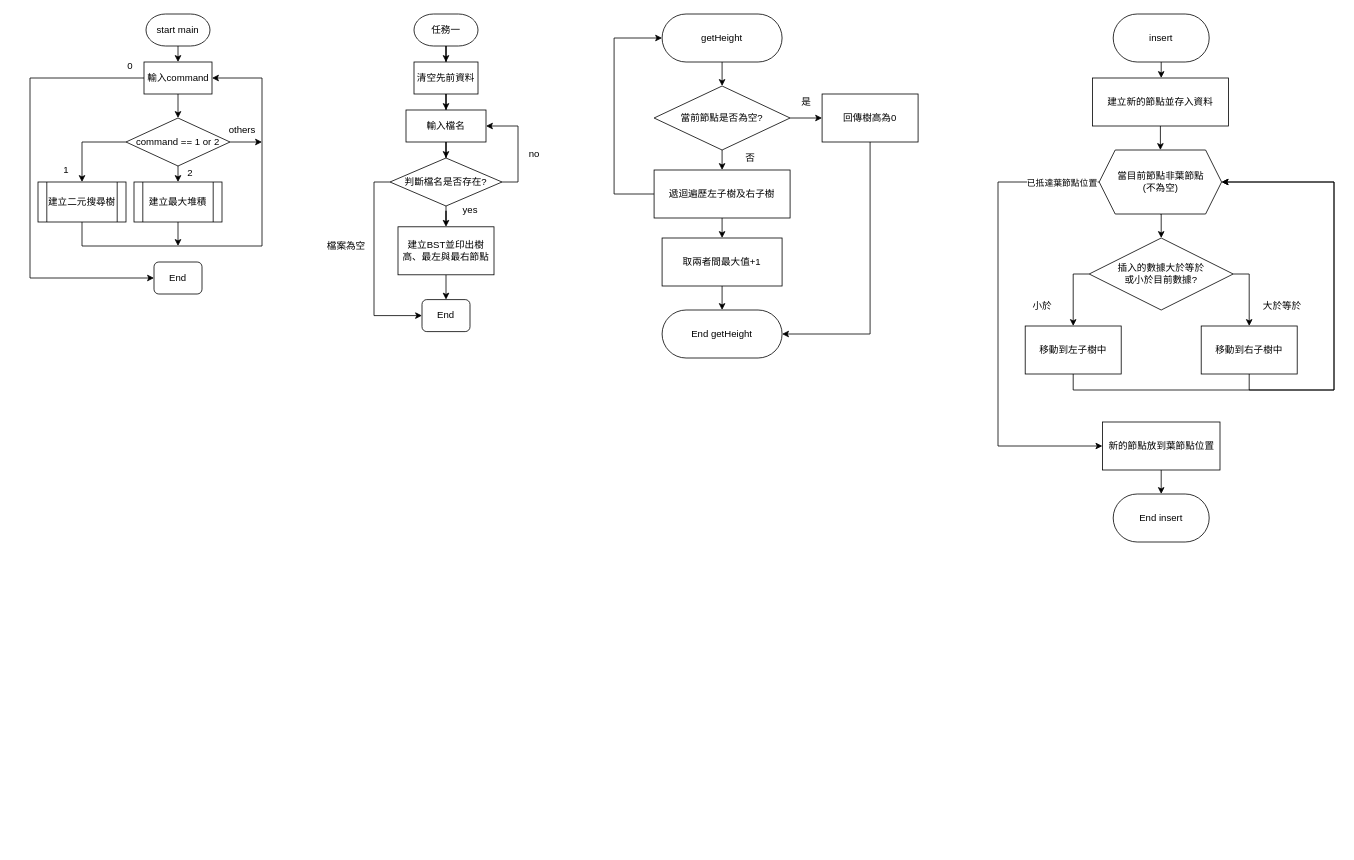
Earlier version of the draw.io diagram DS1ex5_19_11127137_11127152/未命名绘图.drawio (ja-errorpro/CYCS_DS). Source tidied: cells renumbered, new cells numbered last; positions are measured from the earlier drawing's top-left corner, leaving out a move shared by most shapes. Both pictures are drawn from the tidied source at 80%, with x=0, y=0 at pixel (30, 14).
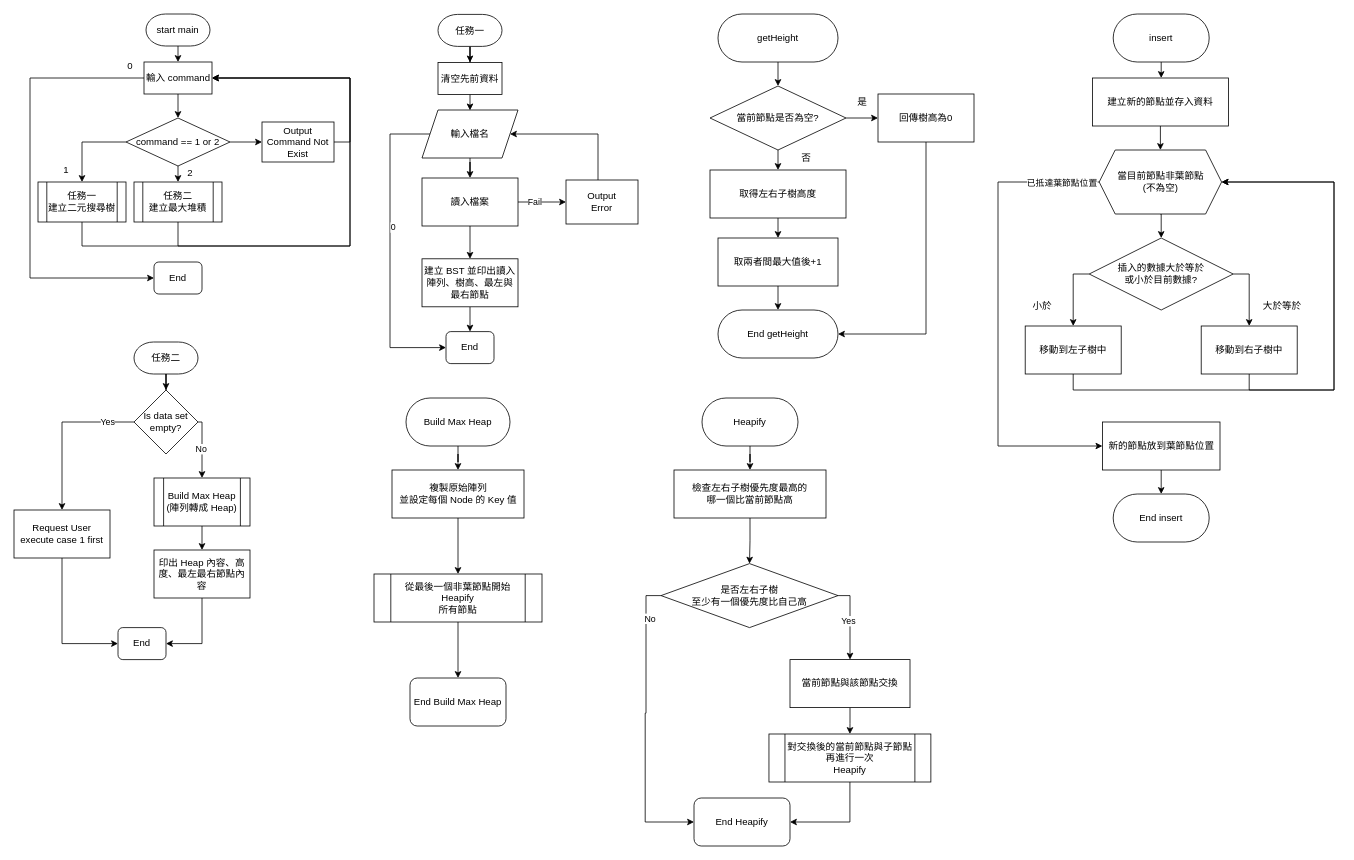
After the change.

Commit message:
Add case 2 and Fix some flowchart non-std errors

What changed in the source:
```diff
@@
-    <mxCell id="6" value="輸入command" style="whiteSpace=wrap;html=1;" parent="1" vertex="1">
+    <mxCell id="6" value="輸入 command" style="whiteSpace=wrap;html=1;" parent="1" vertex="1">
       <mxGeometry x="142.5" y="60" width="85" height="40" as="geometry" />
     </mxCell>
@@
-    <mxCell id="11" style="edgeStyle=orthogonalEdgeStyle;rounded=0;jettySize=auto;html=1;exitX=0.5;exitY=1;exitDx=0;exitDy=0;entryX=1;entryY=0.5;entryDx=0;entryDy=0;" parent="1" edge="1" source="12" target="6">
+    <mxCell id="11" style="edgeStyle=orthogonalEdgeStyle;rounded=0;jettySize=auto;html=1;entryX=1;entryY=0.5;entryDx=0;entryDy=0;" parent="1" edge="1" source="12" target="6">
       <mxGeometry relative="1" as="geometry">
         <Array as="points">
           <mxPoint x="65" y="290" />
-          <mxPoint x="290" y="290" />
-          <mxPoint x="290" y="80" />
+          <mxPoint x="400" y="290" />
+          <mxPoint x="400" y="80" />
         </Array>
       </mxGeometry>
     </mxCell>
-    <mxCell id="12" value="建立二元搜尋樹" style="shape=process;whiteSpace=wrap;html=1;backgroundOutline=1;" parent="1" vertex="1">
+    <mxCell id="12" value="任務一&lt;br&gt;建立二元搜尋樹" style="shape=process;whiteSpace=wrap;html=1;backgroundOutline=1;" parent="1" vertex="1">
       <mxGeometry x="10" y="210" width="110" height="50" as="geometry" />
     </mxCell>
@@
-    <mxCell id="14" style="edgeStyle=orthogonalEdgeStyle;rounded=0;jettySize=auto;html=1;exitX=0.5;exitY=1;exitDx=0;exitDy=0;" parent="1" edge="1" source="15">
-      <mxGeometry relative="1" as="geometry">
-        <mxPoint x="185" y="290" as="targetPoint" />
-      </mxGeometry>
-    </mxCell>
+    <mxCell id="71" style="edgeStyle=orthogonalEdgeStyle;rounded=0;jettySize=auto;html=1;entryX=1;entryY=0.5;entryDx=0;entryDy=0;" parent="1" edge="1" source="15" target="6">
+      <mxGeometry relative="1" as="geometry">
+        <Array as="points">
+          <mxPoint x="185" y="290" />
+          <mxPoint x="400" y="290" />
+          <mxPoint x="400" y="80" />
+        </Array>
+      </mxGeometry>
+    </mxCell>
-    <mxCell id="15" value="建立最大堆積" style="shape=process;whiteSpace=wrap;html=1;backgroundOutline=1;" parent="1" vertex="1">
+    <mxCell id="15" value="任務二&lt;br&gt;建立最大堆積" style="shape=process;whiteSpace=wrap;html=1;backgroundOutline=1;" parent="1" vertex="1">
       <mxGeometry x="130" y="210" width="110" height="50" as="geometry" />
     </mxCell>
@@
-    <mxCell id="19" value="others" style="text;html=1;align=center;verticalAlign=middle;strokeColor=none;fillColor=none;" parent="1" vertex="1">
-      <mxGeometry x="235" y="130" width="60" height="30" as="geometry" />
-    </mxCell>
@@
     <mxCell id="21" value="任務一" style="strokeWidth=1;html=1;shape=mxgraph.flowchart.terminator;whiteSpace=wrap;strokeColor=default;" parent="1" vertex="1">
-      <mxGeometry x="480" width="80" height="40" as="geometry" />
+      <mxGeometry x="510" y="0.5" width="80" height="40" as="geometry" />
     </mxCell>
-    <mxCell id="22" style="edgeStyle=orthogonalEdgeStyle;rounded=0;jettySize=auto;html=1;" parent="1" edge="1" source="23" target="25">
-      <mxGeometry relative="1" as="geometry" />
+    <mxCell id="22" style="edgeStyle=orthogonalEdgeStyle;rounded=0;jettySize=auto;html=1;" parent="1" edge="1" source="23">
+      <mxGeometry relative="1" as="geometry">
+        <mxPoint x="550" y="120.5" as="targetPoint" />
+      </mxGeometry>
     </mxCell>
     <mxCell id="23" value="清空先前資料" style="whiteSpace=wrap;html=1;" parent="1" vertex="1">
-      <mxGeometry x="480" y="60" width="80" height="40" as="geometry" />
+      <mxGeometry x="510" y="60.5" width="80" height="40" as="geometry" />
     </mxCell>
-    <mxCell id="24" style="edgeStyle=orthogonalEdgeStyle;rounded=0;jettySize=auto;html=1;" parent="1" edge="1" source="25" target="29">
-      <mxGeometry relative="1" as="geometry" />
-    </mxCell>
-    <mxCell id="25" value="輸入檔名" style="whiteSpace=wrap;html=1;" parent="1" vertex="1">
-      <mxGeometry x="470" y="120" width="100" height="40" as="geometry" />
-    </mxCell>
-    <mxCell id="26" style="edgeStyle=orthogonalEdgeStyle;rounded=0;jettySize=auto;html=1;exitX=1;exitY=0.5;exitDx=0;exitDy=0;entryX=1;entryY=0.5;entryDx=0;entryDy=0;" parent="1" edge="1" source="29" target="25">
-      <mxGeometry relative="1" as="geometry" />
-    </mxCell>
-    <mxCell id="27" style="edgeStyle=orthogonalEdgeStyle;rounded=0;jettySize=auto;html=1;" parent="1" edge="1" source="29" target="32">
-      <mxGeometry relative="1" as="geometry" />
-    </mxCell>
-    <mxCell id="28" style="edgeStyle=orthogonalEdgeStyle;rounded=0;jettySize=auto;html=1;exitX=0;exitY=0.5;exitDx=0;exitDy=0;entryX=0;entryY=0.5;entryDx=0;entryDy=0;" parent="1" edge="1" source="29" target="34">
-      <mxGeometry relative="1" as="geometry" />
-    </mxCell>
-    <mxCell id="29" value="判斷檔名是否存在?" style="rhombus;whiteSpace=wrap;html=1;" parent="1" vertex="1">
-      <mxGeometry x="450" y="180" width="140" height="60" as="geometry" />
-    </mxCell>
-    <mxCell id="30" value="no" style="text;html=1;align=center;verticalAlign=middle;strokeColor=none;fillColor=none;" parent="1" vertex="1">
-      <mxGeometry x="610" y="160" width="40" height="30" as="geometry" />
-    </mxCell>
@@
-    <mxCell id="32" value="建立BST並印出樹高、最左與最右節點" style="whiteSpace=wrap;html=1;" parent="1" vertex="1">
-      <mxGeometry x="460" y="266" width="120" height="60" as="geometry" />
+    <mxCell id="32" value="建立 BST 並印出讀入陣列、樹高、最左與最右節點" style="whiteSpace=wrap;html=1;" parent="1" vertex="1">
+      <mxGeometry x="490" y="306" width="120" height="60" as="geometry" />
     </mxCell>
-    <mxCell id="33" value="yes" style="text;html=1;align=center;verticalAlign=middle;strokeColor=none;fillColor=none;" parent="1" vertex="1">
-      <mxGeometry x="530" y="230" width="40" height="30" as="geometry" />
-    </mxCell>
     <mxCell id="34" value="End" style="rounded=1;whiteSpace=wrap;html=1;" parent="1" vertex="1">
-      <mxGeometry x="490" y="357" width="60" height="40" as="geometry" />
+      <mxGeometry x="520" y="397" width="60" height="40" as="geometry" />
     </mxCell>
-    <mxCell id="35" value="檔案為空" style="text;html=1;align=center;verticalAlign=middle;strokeColor=none;fillColor=none;" parent="1" vertex="1">
-      <mxGeometry x="360" y="275" width="70" height="30" as="geometry" />
-    </mxCell>
     <mxCell id="36" style="edgeStyle=orthogonalEdgeStyle;rounded=0;jettySize=auto;html=1;exitX=0.5;exitY=1;exitDx=0;exitDy=0;entryX=0.5;entryY=0;entryDx=0;entryDy=0;" parent="1" edge="1" source="37">
       <mxGeometry relative="1" as="geometry">
-        <mxPoint x="865.1" y="90" as="targetPoint" />
+        <mxPoint x="935" y="90" as="targetPoint" />
       </mxGeometry>
     </mxCell>
     <mxCell id="37" value="getHeight" style="rounded=1;whiteSpace=wrap;html=1;arcSize=50;" parent="1" vertex="1">
-      <mxGeometry x="790.1" width="150" height="60" as="geometry" />
+      <mxGeometry x="860" width="150" height="60" as="geometry" />
     </mxCell>
@@
     <mxCell id="40" value="當前節點是否為空?" style="rhombus;whiteSpace=wrap;html=1;" parent="1" vertex="1">
-      <mxGeometry x="780.1" y="90" width="170" height="80" as="geometry" />
+      <mxGeometry x="850" y="90" width="170" height="80" as="geometry" />
     </mxCell>
-    <mxCell id="41" style="edgeStyle=orthogonalEdgeStyle;rounded=0;jettySize=auto;html=1;exitX=0;exitY=0.5;exitDx=0;exitDy=0;entryX=0;entryY=0.5;entryDx=0;entryDy=0;" parent="1" edge="1" source="43" target="37">
-      <mxGeometry relative="1" as="geometry">
-        <Array as="points">
-          <mxPoint x="730.1" y="225" />
-          <mxPoint x="730.1" y="30" />
-        </Array>
-      </mxGeometry>
-    </mxCell>
     <mxCell id="42" style="edgeStyle=orthogonalEdgeStyle;rounded=0;jettySize=auto;html=1;exitX=0.5;exitY=1;exitDx=0;exitDy=0;" parent="1" edge="1" source="43">
       <mxGeometry relative="1" as="geometry">
-        <mxPoint x="865.1" y="280" as="targetPoint" />
+        <mxPoint x="935" y="280" as="targetPoint" />
       </mxGeometry>
     </mxCell>
-    <mxCell id="43" value="遞迴遍歷左子樹及右子樹" style="whiteSpace=wrap;html=1;" parent="1" vertex="1">
-      <mxGeometry x="780.1" y="195" width="170" height="60" as="geometry" />
+    <mxCell id="43" value="取得左右子樹高度" style="whiteSpace=wrap;html=1;" parent="1" vertex="1">
+      <mxGeometry x="850" y="195" width="170" height="60" as="geometry" />
     </mxCell>
     <mxCell id="44" value="是" style="text;html=1;align=center;verticalAlign=middle;strokeColor=none;fillColor=none;" parent="1" vertex="1">
-      <mxGeometry x="950.1" y="95" width="40" height="30" as="geometry" />
+      <mxGeometry x="1020" y="95" width="40" height="30" as="geometry" />
     </mxCell>
@@
     <mxCell id="46" value="回傳樹高為0" style="whiteSpace=wrap;html=1;" parent="1" vertex="1">
-      <mxGeometry x="990.1" y="100" width="120" height="60" as="geometry" />
+      <mxGeometry x="1060" y="100" width="120" height="60" as="geometry" />
     </mxCell>
     <mxCell id="47" value="否" style="text;html=1;align=center;verticalAlign=middle;strokeColor=none;fillColor=none;" parent="1" vertex="1">
-      <mxGeometry x="880.1" y="165" width="40" height="30" as="geometry" />
+      <mxGeometry x="950" y="165" width="40" height="30" as="geometry" />
     </mxCell>
@@
-    <mxCell id="49" value="取兩者間最大值+1" style="whiteSpace=wrap;html=1;" parent="1" vertex="1">
-      <mxGeometry x="790.1" y="280" width="150" height="60" as="geometry" />
+    <mxCell id="49" value="取兩者間最大值後+1" style="whiteSpace=wrap;html=1;" parent="1" vertex="1">
+      <mxGeometry x="860" y="280" width="150" height="60" as="geometry" />
     </mxCell>
     <mxCell id="50" value="End getHeight" style="rounded=1;whiteSpace=wrap;html=1;arcSize=50;" parent="1" vertex="1">
-      <mxGeometry x="790.1" y="370" width="150" height="60" as="geometry" />
+      <mxGeometry x="860" y="370" width="150" height="60" as="geometry" />
     </mxCell>
@@
+    <mxCell id="72" style="edgeStyle=orthogonalEdgeStyle;rounded=0;jettySize=auto;html=1;entryX=0.5;entryY=0;entryDx=0;entryDy=0;" parent="1" edge="1" source="73" target="93">
+      <mxGeometry relative="1" as="geometry" />
+    </mxCell>
+    <mxCell id="73" value="任務二" style="strokeWidth=1;html=1;shape=mxgraph.flowchart.terminator;whiteSpace=wrap;strokeColor=default;" parent="1" vertex="1">
+      <mxGeometry x="130" y="410" width="80" height="40" as="geometry" />
+    </mxCell>
+    <mxCell id="74" style="edgeStyle=orthogonalEdgeStyle;rounded=0;jettySize=auto;html=1;entryX=0.5;entryY=0;entryDx=0;entryDy=0;" parent="1" edge="1" target="88">
+      <mxGeometry relative="1" as="geometry">
+        <mxPoint x="215" y="640" as="sourcePoint" />
+      </mxGeometry>
+    </mxCell>
+    <mxCell id="75" value="End" style="rounded=1;whiteSpace=wrap;html=1;" parent="1" vertex="1">
+      <mxGeometry x="110" y="767" width="60" height="40" as="geometry" />
+    </mxCell>
+    <mxCell id="76" style="edgeStyle=orthogonalEdgeStyle;rounded=0;jettySize=auto;html=1;entryX=1;entryY=0.5;entryDx=0;entryDy=0;" parent="1" edge="1" source="77" target="6">
+      <mxGeometry relative="1" as="geometry">
+        <Array as="points">
+          <mxPoint x="400" y="160" />
+          <mxPoint x="400" y="80" />
+        </Array>
+      </mxGeometry>
+    </mxCell>
+    <mxCell id="77" value="Output&lt;br&gt;Command Not Exist" style="rounded=0;whiteSpace=wrap;html=1;" parent="1" vertex="1">
+      <mxGeometry x="290" y="135" width="90" height="50" as="geometry" />
+    </mxCell>
+    <mxCell id="78" style="edgeStyle=orthogonalEdgeStyle;rounded=0;jettySize=auto;html=1;entryX=0;entryY=0.5;entryDx=0;entryDy=0;" parent="1" edge="1" source="25" target="34">
+      <mxGeometry relative="1" as="geometry">
+        <Array as="points">
+          <mxPoint x="450" y="150" />
+          <mxPoint x="450" y="417" />
+        </Array>
+      </mxGeometry>
+    </mxCell>
+    <mxCell id="79" value="0" style="edgeLabel;html=1;align=center;verticalAlign=middle;" parent="78" vertex="1">
+      <mxGeometry x="-0.14" y="3" relative="1" as="geometry" />
+    </mxCell>
+    <mxCell id="80" style="edgeStyle=orthogonalEdgeStyle;rounded=0;jettySize=auto;html=1;entryX=0.5;entryY=0;entryDx=0;entryDy=0;" parent="1" edge="1" source="25" target="84">
+      <mxGeometry relative="1" as="geometry" />
+    </mxCell>
+    <mxCell id="25" value="輸入檔名" style="shape=parallelogram;perimeter=parallelogramPerimeter;whiteSpace=wrap;html=1;fixedSize=1;" parent="1" vertex="1">
+      <mxGeometry x="490" y="120" width="120" height="60" as="geometry" />
+    </mxCell>
+    <mxCell id="81" style="edgeStyle=orthogonalEdgeStyle;rounded=0;jettySize=auto;html=1;entryX=0.5;entryY=0;entryDx=0;entryDy=0;" parent="1" edge="1" source="84" target="32">
+      <mxGeometry relative="1" as="geometry" />
+    </mxCell>
+    <mxCell id="82" style="edgeStyle=orthogonalEdgeStyle;rounded=0;jettySize=auto;html=1;entryX=0;entryY=0.5;entryDx=0;entryDy=0;" parent="1" edge="1" source="84" target="86">
+      <mxGeometry relative="1" as="geometry" />
+    </mxCell>
+    <mxCell id="83" value="Fail" style="edgeLabel;html=1;align=center;verticalAlign=middle;" parent="82" vertex="1">
+      <mxGeometry x="-0.32" y="1" relative="1" as="geometry" />
+    </mxCell>
+    <mxCell id="84" value="讀入檔案" style="rounded=0;whiteSpace=wrap;html=1;" parent="1" vertex="1">
+      <mxGeometry x="490" y="205" width="120" height="60" as="geometry" />
+    </mxCell>
+    <mxCell id="85" style="edgeStyle=orthogonalEdgeStyle;rounded=0;jettySize=auto;html=1;entryX=1;entryY=0.5;entryDx=0;entryDy=0;" parent="1" edge="1" source="86" target="25">
+      <mxGeometry relative="1" as="geometry">
+        <Array as="points">
+          <mxPoint x="710" y="150" />
+        </Array>
+      </mxGeometry>
+    </mxCell>
+    <mxCell id="86" value="Output&lt;br&gt;Error" style="rounded=0;whiteSpace=wrap;html=1;" parent="1" vertex="1">
+      <mxGeometry x="670" y="207.5" width="90" height="55" as="geometry" />
+    </mxCell>
+    <mxCell id="87" style="edgeStyle=orthogonalEdgeStyle;rounded=0;jettySize=auto;html=1;entryX=1;entryY=0.5;entryDx=0;entryDy=0;" parent="1" edge="1" source="88" target="75">
+      <mxGeometry relative="1" as="geometry">
+        <Array as="points">
+          <mxPoint x="215" y="787" />
+        </Array>
+      </mxGeometry>
+    </mxCell>
+    <mxCell id="88" value="印出 Heap 內容、高度、最左最右節點內容" style="rounded=0;whiteSpace=wrap;html=1;" parent="1" vertex="1">
+      <mxGeometry x="155" y="670" width="120" height="60" as="geometry" />
+    </mxCell>
+    <mxCell id="89" style="edgeStyle=orthogonalEdgeStyle;rounded=0;jettySize=auto;html=1;entryX=0.5;entryY=0;entryDx=0;entryDy=0;" parent="1" edge="1" source="93">
+      <mxGeometry relative="1" as="geometry">
+        <mxPoint x="215" y="580" as="targetPoint" />
+        <Array as="points">
+          <mxPoint x="215" y="510" />
+        </Array>
+      </mxGeometry>
+    </mxCell>
+    <mxCell id="90" value="No" style="edgeLabel;html=1;align=center;verticalAlign=middle;" parent="89" vertex="1">
+      <mxGeometry x="0.02" y="-2" relative="1" as="geometry" />
+    </mxCell>
+    <mxCell id="91" style="edgeStyle=orthogonalEdgeStyle;rounded=0;jettySize=auto;html=1;entryX=0.5;entryY=0;entryDx=0;entryDy=0;" parent="1" edge="1" source="93" target="95">
+      <mxGeometry relative="1" as="geometry" />
+    </mxCell>
+    <mxCell id="92" value="Yes" style="edgeLabel;html=1;align=center;verticalAlign=middle;" parent="91" vertex="1">
+      <mxGeometry x="-0.66" y="-1" relative="1" as="geometry" />
+    </mxCell>
+    <mxCell id="93" value="Is data set empty?" style="rhombus;whiteSpace=wrap;html=1;" parent="1" vertex="1">
+      <mxGeometry x="130" y="470" width="80" height="80" as="geometry" />
+    </mxCell>
+    <mxCell id="94" style="edgeStyle=orthogonalEdgeStyle;rounded=0;jettySize=auto;html=1;entryX=0;entryY=0.5;entryDx=0;entryDy=0;" parent="1" edge="1" source="95" target="75">
+      <mxGeometry relative="1" as="geometry">
+        <Array as="points">
+          <mxPoint x="40" y="787" />
+        </Array>
+      </mxGeometry>
+    </mxCell>
+    <mxCell id="95" value="Request User execute case 1 first" style="rounded=0;whiteSpace=wrap;html=1;" parent="1" vertex="1">
+      <mxGeometry x="-20" y="620" width="120" height="60" as="geometry" />
+    </mxCell>
+    <mxCell id="96" value="Build Max Heap&lt;br&gt;(陣列轉成 Heap)" style="shape=process;whiteSpace=wrap;html=1;backgroundOutline=1;" parent="1" vertex="1">
+      <mxGeometry x="155" y="580" width="120" height="60" as="geometry" />
+    </mxCell>
+    <mxCell id="97" style="edgeStyle=orthogonalEdgeStyle;rounded=0;jettySize=auto;html=1;entryX=0.5;entryY=0;entryDx=0;entryDy=0;" parent="1" edge="1" source="98" target="100">
+      <mxGeometry relative="1" as="geometry" />
+    </mxCell>
+    <mxCell id="98" value="Build Max Heap" style="rounded=1;whiteSpace=wrap;html=1;arcSize=50;" parent="1" vertex="1">
+      <mxGeometry x="470" y="480" width="130" height="60" as="geometry" />
+    </mxCell>
+    <mxCell id="99" style="edgeStyle=orthogonalEdgeStyle;rounded=0;jettySize=auto;html=1;entryX=0.5;entryY=0;entryDx=0;entryDy=0;" parent="1" edge="1" source="100" target="102">
+      <mxGeometry relative="1" as="geometry" />
+    </mxCell>
+    <mxCell id="100" value="複製原始陣列&lt;br&gt;並設定每個 Node 的 Key 值" style="rounded=0;whiteSpace=wrap;html=1;" parent="1" vertex="1">
+      <mxGeometry x="452.5" y="570" width="165" height="60" as="geometry" />
+    </mxCell>
+    <mxCell id="101" style="edgeStyle=orthogonalEdgeStyle;rounded=0;jettySize=auto;html=1;entryX=0.5;entryY=0;entryDx=0;entryDy=0;" parent="1" edge="1" source="102" target="103">
+      <mxGeometry relative="1" as="geometry" />
+    </mxCell>
+    <mxCell id="102" value="從最後一個非葉節點開始&lt;br&gt;Heapify&lt;br&gt;所有節點" style="shape=process;whiteSpace=wrap;html=1;backgroundOutline=1;" parent="1" vertex="1">
+      <mxGeometry x="430" y="700" width="210" height="60" as="geometry" />
+    </mxCell>
+    <mxCell id="103" value="End Build Max Heap" style="rounded=1;whiteSpace=wrap;html=1;" parent="1" vertex="1">
+      <mxGeometry x="475" y="830" width="120" height="60" as="geometry" />
+    </mxCell>
+    <mxCell id="104" style="edgeStyle=orthogonalEdgeStyle;rounded=0;jettySize=auto;html=1;entryX=0.5;entryY=0;entryDx=0;entryDy=0;" parent="1" edge="1" source="105" target="107">
+      <mxGeometry relative="1" as="geometry" />
+    </mxCell>
+    <mxCell id="105" value="Heapify" style="rounded=1;whiteSpace=wrap;html=1;arcSize=50;" parent="1" vertex="1">
+      <mxGeometry x="840" y="480" width="120" height="60" as="geometry" />
+    </mxCell>
+    <mxCell id="106" style="edgeStyle=orthogonalEdgeStyle;rounded=0;jettySize=auto;html=1;entryX=0.5;entryY=0;entryDx=0;entryDy=0;" parent="1" edge="1" source="107" target="112">
+      <mxGeometry relative="1" as="geometry" />
+    </mxCell>
+    <mxCell id="107" value="檢查左右子樹優先度最高的&lt;br&gt;哪一個比當前節點高" style="rounded=0;whiteSpace=wrap;html=1;" parent="1" vertex="1">
+      <mxGeometry x="805" y="570" width="190" height="60" as="geometry" />
+    </mxCell>
+    <mxCell id="108" style="edgeStyle=orthogonalEdgeStyle;rounded=0;jettySize=auto;html=1;entryX=0;entryY=0.5;entryDx=0;entryDy=0;" parent="1" edge="1" source="112" target="113">
+      <mxGeometry relative="1" as="geometry">
+        <Array as="points">
+          <mxPoint x="770" y="727" />
+          <mxPoint x="770" y="874" />
+          <mxPoint x="769" y="874" />
+          <mxPoint x="769" y="1010" />
+        </Array>
+      </mxGeometry>
+    </mxCell>
+    <mxCell id="109" value="No" style="edgeLabel;html=1;align=center;verticalAlign=middle;" parent="108" vertex="1">
+      <mxGeometry x="-0.74" y="4" relative="1" as="geometry" />
+    </mxCell>
+    <mxCell id="110" style="edgeStyle=orthogonalEdgeStyle;rounded=0;jettySize=auto;html=1;entryX=0.5;entryY=0;entryDx=0;entryDy=0;" parent="1" edge="1" source="112" target="115">
+      <mxGeometry relative="1" as="geometry">
+        <Array as="points">
+          <mxPoint x="1025" y="727" />
+        </Array>
+      </mxGeometry>
+    </mxCell>
+    <mxCell id="111" value="Yes" style="edgeLabel;html=1;align=center;verticalAlign=middle;" parent="110" vertex="1">
+      <mxGeometry x="-0.04" y="-3" relative="1" as="geometry" />
+    </mxCell>
+    <mxCell id="112" value="是否左右子樹&lt;br&gt;至少有一個優先度比自己高" style="rhombus;whiteSpace=wrap;html=1;" parent="1" vertex="1">
+      <mxGeometry x="788.8" y="687" width="221.2" height="80" as="geometry" />
+    </mxCell>
+    <mxCell id="113" value="End Heapify" style="rounded=1;whiteSpace=wrap;html=1;" parent="1" vertex="1">
+      <mxGeometry x="830" y="980" width="120" height="60" as="geometry" />
+    </mxCell>
+    <mxCell id="114" style="edgeStyle=orthogonalEdgeStyle;rounded=0;jettySize=auto;html=1;entryX=0.5;entryY=0;entryDx=0;entryDy=0;" parent="1" edge="1" source="115" target="117">
+      <mxGeometry relative="1" as="geometry" />
+    </mxCell>
+    <mxCell id="115" value="當前節點與該節點交換" style="rounded=0;whiteSpace=wrap;html=1;" parent="1" vertex="1">
+      <mxGeometry x="950" y="807" width="150" height="60" as="geometry" />
+    </mxCell>
+    <mxCell id="116" style="edgeStyle=orthogonalEdgeStyle;rounded=0;jettySize=auto;html=1;entryX=1;entryY=0.5;entryDx=0;entryDy=0;" parent="1" edge="1" source="117" target="113">
+      <mxGeometry relative="1" as="geometry" />
+    </mxCell>
+    <mxCell id="117" value="對交換後的當前節點與子節點再進行一次&lt;br&gt;Heapify" style="shape=process;whiteSpace=wrap;html=1;backgroundOutline=1;" parent="1" vertex="1">
+      <mxGeometry x="923.7" y="900" width="202.4" height="60" as="geometry" />
+    </mxCell>
```
